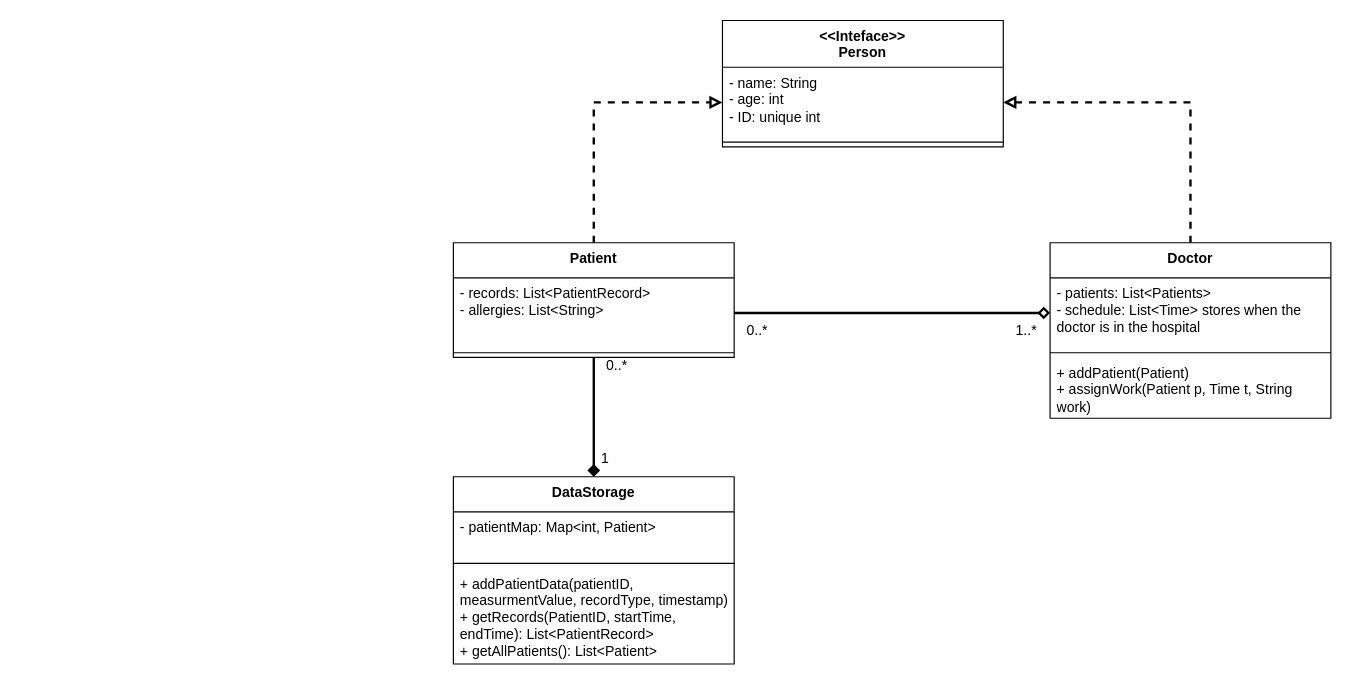
almadav0010/SoftverEngi_G79 keeps this draw.io diagram as UML_Chart.drawio. Above is the earlier version. Source tidied: cells renumbered, new cells numbered last; positions are measured from the earlier drawing's top-left corner, leaving out a move shared by most shapes. Both pictures are drawn from the tidied source at 117%, with x=0, y=0 at pixel (453, 20).
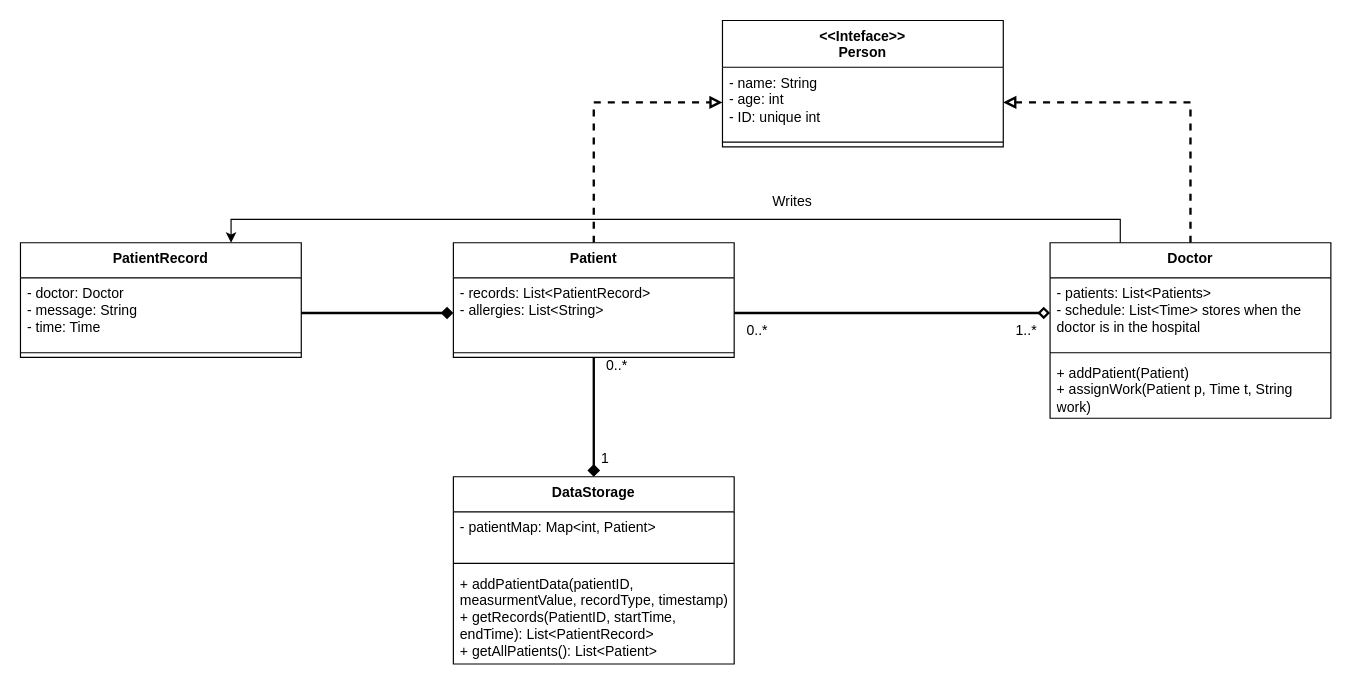
The same page after the edit.

Unchanged cells that the change refers to:
```xml
<mxCell id="9" value="&lt;div&gt;- records: List&amp;lt;PatientRecord&amp;gt;&lt;/div&gt;&lt;div&gt;- allergies: List&amp;lt;String&amp;gt;&amp;nbsp;&lt;/div&gt;" style="text;strokeColor=none;fillColor=none;align=left;verticalAlign=top;spacingLeft=4;spacingRight=4;overflow=hidden;points=[[0,0.5],[1,0.5]];portConstraint=eastwest;whiteSpace=wrap;html=1;" parent="8" vertex="1">
  <mxGeometry y="30" width="240" height="60" as="geometry" />
</mxCell>
<mxCell id="17" value="&lt;div&gt;&lt;span style=&quot;background-color: transparent; color: light-dark(rgb(0, 0, 0), rgb(255, 255, 255));&quot;&gt;Doctor&lt;/span&gt;&lt;/div&gt;" style="swimlane;fontStyle=1;align=center;verticalAlign=top;horizontal=1;startSize=30;whiteSpace=wrap;html=1;" parent="1" vertex="1">
  <mxGeometry x="510" y="190" width="240" height="150" as="geometry" />
</mxCell>
```

Change to the diagram source:
```diff
@@
+    <mxCell id="24" style="edgeStyle=orthogonalEdgeStyle;rounded=0;jettySize=auto;html=1;exitX=0.25;exitY=0;exitDx=0;exitDy=0;entryX=0.75;entryY=0;entryDx=0;entryDy=0;" parent="1" edge="1" source="17" target="25">
+      <mxGeometry relative="1" as="geometry" />
+    </mxCell>
@@
+    <mxCell id="25" value="&lt;div&gt;&lt;span style=&quot;background-color: transparent; color: light-dark(rgb(0, 0, 0), rgb(255, 255, 255));&quot;&gt;PatientRecord&lt;/span&gt;&lt;/div&gt;" style="swimlane;fontStyle=1;align=center;verticalAlign=top;horizontal=1;startSize=30;whiteSpace=wrap;html=1;" parent="1" vertex="1">
+      <mxGeometry x="-370" y="190" width="240" height="98" as="geometry" />
+    </mxCell>
+    <mxCell id="26" value="&lt;div&gt;- doctor: Doctor&lt;/div&gt;&lt;div&gt;- message: String&lt;/div&gt;&lt;div&gt;- time: Time&lt;/div&gt;" style="text;strokeColor=none;fillColor=none;align=left;verticalAlign=top;spacingLeft=4;spacingRight=4;overflow=hidden;points=[[0,0.5],[1,0.5]];portConstraint=eastwest;whiteSpace=wrap;html=1;" parent="25" vertex="1">
+      <mxGeometry y="30" width="240" height="60" as="geometry" />
+    </mxCell>
+    <mxCell id="27" style="line;strokeWidth=1;fillColor=none;align=left;verticalAlign=middle;spacingTop=-1;spacingLeft=3;spacingRight=3;labelPosition=right;strokeColor=inherit;" parent="25" vertex="1">
+      <mxGeometry y="90" width="240" height="8" as="geometry" />
+    </mxCell>
+    <mxCell id="28" value="Writes" style="text;html=1;whiteSpace=wrap;strokeColor=none;fillColor=none;align=center;verticalAlign=middle;rounded=0;" parent="1" vertex="1">
+      <mxGeometry x="260" y="140" width="60" height="30" as="geometry" />
+    </mxCell>
+    <mxCell id="29" style="edgeStyle=orthogonalEdgeStyle;rounded=0;jettySize=auto;html=1;exitX=1;exitY=0.5;exitDx=0;exitDy=0;endArrow=diamond;endFill=1;strokeWidth=2;" parent="1" edge="1" source="26" target="9">
+      <mxGeometry relative="1" as="geometry" />
+    </mxCell>
```
